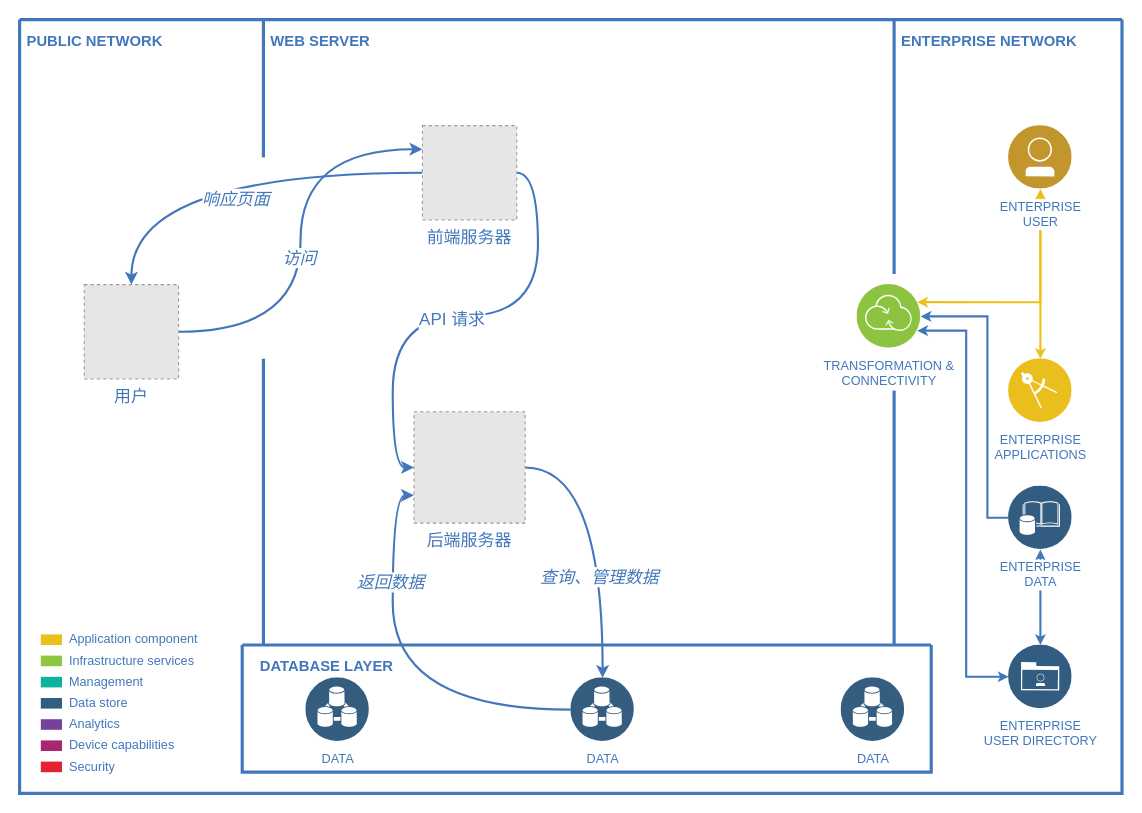
msqtt/Sources keeps this draw.io diagram as map/arch.drawio. Above is the earlier version. Source tidied: cells renumbered, new cells numbered last; positions are measured from the earlier drawing's top-left corner, leaving out a move shared by most shapes. Both pictures are drawn from the tidied source at 106%, with x=0, y=0 at pixel (19, 19). Pictures stored in the file or linked from it are replaced by grey dashed boxes.
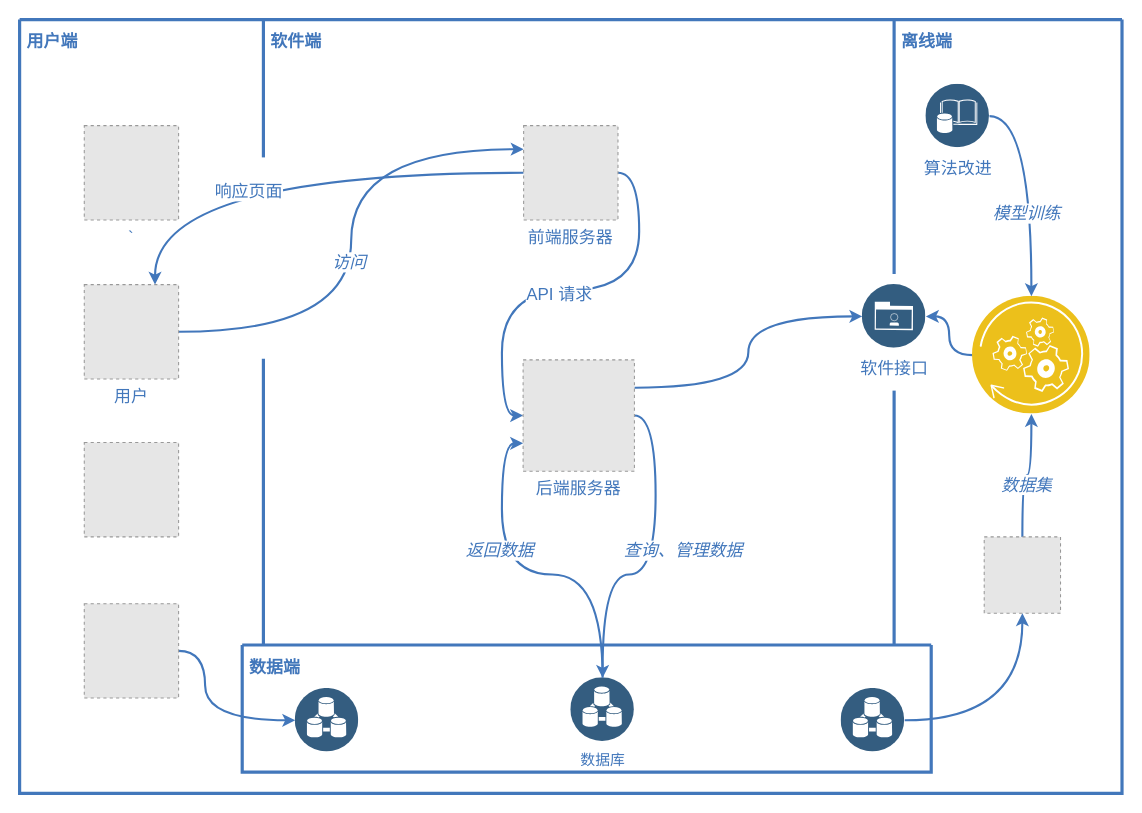
The same page after the edit.

Unchanged cells that the change refers to:
```xml
<mxCell id="2" style="swimlane;shadow=0;strokeColor=#4277BB;fillColor=#ffffff;fontColor=none;align=right;startSize=0;noLabel=1;strokeWidth=3;" parent="1" vertex="1">
  <mxGeometry width="1040" height="730" as="geometry" />
</mxCell>
<mxCell id="13" style="swimlane;shadow=0;labelBackgroundColor=#007FFF;strokeColor=#4277BB;fillColor=none;gradientColor=none;fontColor=#000000;align=right;startSize=0;strokeWidth=3;" parent="2" vertex="1">
  <mxGeometry x="210" y="590" width="650" height="120" as="geometry" />
</mxCell>
<mxCell id="34" value="用户" style="fillColor=#E6E6E6;strokeColor=#999999;dashed=1;verticalLabelPosition=bottom;verticalAlign=top;fontSize=16;fontColor=#4277bb;" parent="2" vertex="1">
  <mxGeometry x="61" y="250" width="89" height="89" as="geometry" />
</mxCell>
<mxCell id="43" style="edgeStyle=orthogonalEdgeStyle;curved=1;rounded=0;jettySize=auto;html=1;entryX=0;entryY=0.75;entryDx=0;entryDy=0;strokeColor=#4277bb;strokeWidth=2;fontSize=16;fontColor=#4277bb;" parent="2" edge="1" source="14" target="42">
  <mxGeometry relative="1" as="geometry" />
</mxCell>
```

What changed in the source:
```diff
@@
-    <mxCell id="3" style="edgeStyle=orthogonalEdgeStyle;rounded=0;html=1;labelBackgroundColor=#ffffff;jettySize=auto;strokeColor=#EDC11C;fontColor=#000000;startArrow=classic;strokeWidth=2;endSize=4;startSize=4;" parent="2" edge="1" source="9" target="10">
-      <mxGeometry relative="1" as="geometry" />
-    </mxCell>
-    <mxCell id="4" style="edgeStyle=orthogonalEdgeStyle;rounded=0;html=1;entryX=1;entryY=0.25;labelBackgroundColor=#ffffff;jettySize=auto;strokeColor=#EDC11C;fontColor=#000000;startArrow=classic;strokeWidth=2;endSize=4;startSize=4;" parent="2" edge="1" source="9" target="8">
-      <mxGeometry relative="1" as="geometry">
-        <Array as="points">
-          <mxPoint x="963" y="267" />
-        </Array>
-      </mxGeometry>
-    </mxCell>
-    <mxCell id="5" style="edgeStyle=orthogonalEdgeStyle;rounded=0;html=1;entryX=1;entryY=0.5;labelBackgroundColor=#ffffff;jettySize=auto;strokeColor=#4277BB;fontColor=#000000;strokeWidth=2;endSize=4;startSize=4;" parent="2" edge="1" source="11" target="8">
-      <mxGeometry relative="1" as="geometry">
-        <Array as="points">
-          <mxPoint x="913" y="470" />
-          <mxPoint x="913" y="280" />
-        </Array>
-      </mxGeometry>
-    </mxCell>
-    <mxCell id="6" style="edgeStyle=orthogonalEdgeStyle;rounded=0;html=1;labelBackgroundColor=#ffffff;jettySize=auto;strokeColor=#4277BB;fontColor=#000000;strokeWidth=2;endSize=4;startSize=4;startArrow=classic;startFill=1;" parent="2" edge="1" source="11" target="12">
-      <mxGeometry relative="1" as="geometry" />
-    </mxCell>
-    <mxCell id="7" style="edgeStyle=orthogonalEdgeStyle;rounded=0;html=1;entryX=1;entryY=0.75;labelBackgroundColor=#ffffff;jettySize=auto;strokeColor=#4277BB;fontColor=#000000;strokeWidth=2;endSize=4;startSize=4;startArrow=classic;startFill=1;" parent="2" edge="1" source="12" target="8">
-      <mxGeometry relative="1" as="geometry">
-        <Array as="points">
-          <mxPoint x="893" y="620" />
-          <mxPoint x="893" y="293" />
-        </Array>
-      </mxGeometry>
-    </mxCell>
-    <mxCell id="8" value="TRANSFORMATION &amp;amp;&lt;div&gt;CONNECTIVITY&lt;/div&gt;" style="perimeter=ellipsePerimeter;html=1;align=center;shadow=0;dashed=0;image;image=img/lib/ibm/infrastructure/transformation_connectivity.svg;strokeColor=#FF0000;fillColor=#FFFF66;gradientColor=none;fontColor=#4277BB;labelBackgroundColor=#ffffff;spacingTop=3;" parent="2" vertex="1">
-      <mxGeometry x="790" y="250" width="60" height="60" as="geometry" />
-    </mxCell>
-    <mxCell id="9" value="ENTERPRISE&lt;div&gt;USER&lt;/div&gt;" style="perimeter=ellipsePerimeter;html=1;align=center;shadow=0;dashed=0;image;image=img/lib/ibm/users/user.svg;strokeColor=#FF0000;fillColor=#FFFF66;gradientColor=none;fontColor=#4277BB;labelBackgroundColor=#ffffff;spacingTop=3;" parent="2" vertex="1">
-      <mxGeometry x="933" y="100" width="60" height="60" as="geometry" />
-    </mxCell>
-    <mxCell id="10" value="ENTERPRISE&lt;div&gt;APPLICATIONS&lt;/div&gt;" style="perimeter=ellipsePerimeter;html=1;align=center;shadow=0;dashed=0;image;image=img/lib/ibm/applications/enterprise_applications.svg;strokeColor=#FF0000;fillColor=#FFFF66;gradientColor=none;fontColor=#4277BB;labelBackgroundColor=#ffffff;spacingTop=3;" parent="2" vertex="1">
-      <mxGeometry x="933" y="320" width="60" height="60" as="geometry" />
-    </mxCell>
-    <mxCell id="11" value="ENTERPRISE&lt;div&gt;DATA&lt;/div&gt;" style="perimeter=ellipsePerimeter;html=1;align=center;shadow=0;dashed=0;image;image=img/lib/ibm/data/enterprise_data.svg;strokeColor=#FF0000;fillColor=#FFFF66;gradientColor=none;fontColor=#4277BB;labelBackgroundColor=#ffffff;spacingTop=3;" parent="2" vertex="1">
-      <mxGeometry x="933" y="440" width="60" height="60" as="geometry" />
+    <mxCell id="11" value="&lt;font style=&quot;font-size: 16px;&quot;&gt;算法改进&lt;/font&gt;" style="perimeter=ellipsePerimeter;html=1;align=center;shadow=0;dashed=0;image;image=img/lib/ibm/data/enterprise_data.svg;strokeColor=#FF0000;fillColor=#FFFF66;gradientColor=none;fontColor=#4277BB;labelBackgroundColor=#ffffff;spacingTop=3;" parent="2" vertex="1">
+      <mxGeometry x="855" y="61" width="60" height="60" as="geometry" />
     </mxCell>
-    <mxCell id="12" value="ENTERPRISE&lt;div&gt;USER DIRECTORY&lt;/div&gt;" style="perimeter=ellipsePerimeter;html=1;align=center;shadow=0;dashed=0;image;image=img/lib/ibm/data/enterprise_user_directory.svg;strokeColor=#FF0000;fillColor=#FFFF66;gradientColor=none;fontColor=#4277BB;labelBackgroundColor=#ffffff;spacingTop=3;" parent="2" vertex="1">
-      <mxGeometry x="933" y="590" width="60" height="60" as="geometry" />
+    <mxCell id="12" value="&lt;font style=&quot;font-size: 16px;&quot;&gt;软件接口&lt;/font&gt;" style="perimeter=ellipsePerimeter;html=1;align=center;shadow=0;dashed=0;image;image=img/lib/ibm/data/enterprise_user_directory.svg;strokeColor=#FF0000;fillColor=#FFFF66;gradientColor=none;fontColor=#4277BB;labelBackgroundColor=#ffffff;spacingTop=3;" parent="2" vertex="1">
+      <mxGeometry x="795" y="250" width="60" height="60" as="geometry" />
     </mxCell>
@@
-    <mxCell id="14" value="DATA" style="perimeter=ellipsePerimeter;html=1;align=center;shadow=0;dashed=0;image;image=img/lib/ibm/data/device_registry.svg;strokeColor=#FF0000;fillColor=#FFFF66;gradientColor=none;fontColor=#4277BB;labelBackgroundColor=#ffffff;spacingTop=3;" parent="13" vertex="1">
+    <mxCell id="14" value="&lt;div style=&quot;font-size: 13px;&quot;&gt;&lt;font style=&quot;font-size: 14px;&quot;&gt;数据库&lt;/font&gt;&lt;/div&gt;" style="perimeter=ellipsePerimeter;html=1;align=center;shadow=0;dashed=0;image;image=img/lib/ibm/data/device_registry.svg;strokeColor=#FF0000;fillColor=#FFFF66;gradientColor=none;fontColor=#4277BB;labelBackgroundColor=#ffffff;spacingTop=3;" parent="13" vertex="1">
       <mxGeometry x="310" y="31" width="60" height="60" as="geometry" />
     </mxCell>
-    <mxCell id="15" value="DATABASE LAYER" style="text;html=1;align=left;verticalAlign=middle;fontColor=#4277BB;shadow=0;dashed=0;strokeColor=none;fillColor=none;labelBackgroundColor=none;fontStyle=1;fontSize=14;spacingLeft=0;" parent="13" vertex="1">
-      <mxGeometry x="15" y="10" width="150" height="20" as="geometry" />
+    <mxCell id="15" value="数据端" style="text;html=1;align=left;verticalAlign=middle;fontColor=#4277BB;shadow=0;dashed=0;strokeColor=none;fillColor=none;labelBackgroundColor=none;fontStyle=1;fontSize=16;spacingLeft=0;" parent="13" vertex="1">
+      <mxGeometry x="5" y="11" width="150" height="20" as="geometry" />
     </mxCell>
-    <mxCell id="16" value="DATA" style="perimeter=ellipsePerimeter;html=1;align=center;shadow=0;dashed=0;image;image=img/lib/ibm/data/device_registry.svg;strokeColor=#FF0000;fillColor=#FFFF66;gradientColor=none;fontColor=#4277BB;labelBackgroundColor=#ffffff;spacingTop=3;" parent="13" vertex="1">
-      <mxGeometry x="565" y="31" width="60" height="60" as="geometry" />
+    <mxCell id="16" style="perimeter=ellipsePerimeter;html=1;align=center;shadow=0;dashed=0;image;image=img/lib/ibm/data/device_registry.svg;strokeColor=#FF0000;fillColor=#FFFF66;gradientColor=none;fontColor=#4277BB;labelBackgroundColor=#ffffff;spacingTop=3;" parent="13" vertex="1">
+      <mxGeometry x="565" y="41" width="60" height="60" as="geometry" />
     </mxCell>
-    <mxCell id="17" value="DATA" style="perimeter=ellipsePerimeter;html=1;align=center;shadow=0;dashed=0;image;image=img/lib/ibm/data/device_registry.svg;strokeColor=#FF0000;fillColor=#FFFF66;gradientColor=none;fontColor=#4277BB;labelBackgroundColor=#ffffff;spacingTop=3;" parent="13" vertex="1">
-      <mxGeometry x="60" y="31" width="60" height="60" as="geometry" />
+    <mxCell id="17" style="perimeter=ellipsePerimeter;html=1;align=center;shadow=0;dashed=0;image;image=img/lib/ibm/data/device_registry.svg;strokeColor=#FF0000;fillColor=#FFFF66;gradientColor=none;fontColor=#4277BB;labelBackgroundColor=#ffffff;spacingTop=3;" parent="13" vertex="1">
+      <mxGeometry x="50" y="41" width="60" height="60" as="geometry" />
     </mxCell>
-    <mxCell id="18" value="PUBLIC NETWORK" style="text;html=1;align=left;verticalAlign=middle;fontColor=#4277BB;shadow=0;dashed=0;strokeColor=none;fillColor=none;labelBackgroundColor=none;fontStyle=1;fontSize=14;spacingLeft=5;" parent="2" vertex="1">
+    <mxCell id="18" value="用户端" style="text;html=1;align=left;verticalAlign=middle;fontColor=#4277BB;shadow=0;dashed=0;strokeColor=none;fillColor=none;labelBackgroundColor=none;fontStyle=1;fontSize=16;spacingLeft=5;" parent="2" vertex="1">
       <mxGeometry y="10" width="150" height="20" as="geometry" />
     </mxCell>
@@
-    <mxCell id="23" value="WEB SERVER" style="text;html=1;align=left;verticalAlign=middle;fontColor=#4277BB;shadow=0;dashed=0;strokeColor=none;fillColor=none;labelBackgroundColor=none;fontStyle=1;fontSize=14;spacingLeft=5;" parent="2" vertex="1">
+    <mxCell id="23" value="软件端" style="text;html=1;align=left;verticalAlign=middle;fontColor=#4277BB;shadow=0;dashed=0;strokeColor=none;fillColor=none;labelBackgroundColor=none;fontStyle=1;fontSize=16;spacingLeft=5;" parent="2" vertex="1">
       <mxGeometry x="230" y="10" width="150" height="20" as="geometry" />
     </mxCell>
-    <mxCell id="24" value="ENTERPRISE NETWORK" style="text;html=1;align=left;verticalAlign=middle;fontColor=#4277BB;shadow=0;dashed=0;strokeColor=none;fillColor=none;labelBackgroundColor=none;fontStyle=1;fontSize=14;spacingLeft=5;" parent="2" vertex="1">
+    <mxCell id="24" value="离线端" style="text;html=1;align=left;verticalAlign=middle;fontColor=#4277BB;shadow=0;dashed=0;strokeColor=none;fillColor=none;labelBackgroundColor=none;fontStyle=1;fontSize=16;spacingLeft=5;" parent="2" vertex="1">
       <mxGeometry x="825" y="10" width="185" height="20" as="geometry" />
     </mxCell>
-    <mxCell id="25" value="Application component" style="rounded=0;html=1;shadow=0;labelBackgroundColor=none;strokeColor=none;strokeWidth=2;fillColor=#EBC01A;gradientColor=none;fontSize=12;fontColor=#4277BB;align=left;labelPosition=right;verticalLabelPosition=middle;verticalAlign=middle;spacingLeft=5;" parent="2" vertex="1">
-      <mxGeometry x="20" y="580" width="20" height="10" as="geometry" />
-    </mxCell>
-    <mxCell id="26" value="Infrastructure services" style="rounded=0;html=1;shadow=0;labelBackgroundColor=none;strokeColor=none;strokeWidth=2;fillColor=#8DC642;gradientColor=none;fontSize=12;fontColor=#4277BB;align=left;labelPosition=right;verticalLabelPosition=middle;verticalAlign=middle;spacingLeft=5;" parent="2" vertex="1">
-      <mxGeometry x="20" y="600" width="20" height="10" as="geometry" />
-    </mxCell>
-    <mxCell id="27" value="Management" style="rounded=0;html=1;shadow=0;labelBackgroundColor=none;strokeColor=none;strokeWidth=2;fillColor=#0DB39D;gradientColor=none;fontSize=12;fontColor=#4277BB;align=left;labelPosition=right;verticalLabelPosition=middle;verticalAlign=middle;spacingLeft=5;" parent="2" vertex="1">
-      <mxGeometry x="20" y="620" width="20" height="10" as="geometry" />
-    </mxCell>
-    <mxCell id="28" value="Data store" style="rounded=0;html=1;shadow=0;labelBackgroundColor=none;strokeColor=none;strokeWidth=2;fillColor=#335D81;gradientColor=none;fontSize=12;fontColor=#4277BB;align=left;labelPosition=right;verticalLabelPosition=middle;verticalAlign=middle;spacingLeft=5;" parent="2" vertex="1">
-      <mxGeometry x="20" y="640" width="20" height="10" as="geometry" />
-    </mxCell>
-    <mxCell id="29" value="Analytics" style="rounded=0;html=1;shadow=0;labelBackgroundColor=none;strokeColor=none;strokeWidth=2;fillColor=#744399;gradientColor=none;fontSize=12;fontColor=#4277BB;align=left;labelPosition=right;verticalLabelPosition=middle;verticalAlign=middle;spacingLeft=5;" parent="2" vertex="1">
-      <mxGeometry x="20" y="660" width="20" height="10" as="geometry" />
-    </mxCell>
-    <mxCell id="30" value="Device capabilities" style="rounded=0;html=1;shadow=0;labelBackgroundColor=none;strokeColor=none;strokeWidth=2;fillColor=#A72870;gradientColor=none;fontSize=12;fontColor=#4277BB;align=left;labelPosition=right;verticalLabelPosition=middle;verticalAlign=middle;spacingLeft=5;" parent="2" vertex="1">
-      <mxGeometry x="20" y="680" width="20" height="10" as="geometry" />
-    </mxCell>
-    <mxCell id="31" value="Security" style="rounded=0;html=1;shadow=0;labelBackgroundColor=none;strokeColor=none;strokeWidth=2;fillColor=#E52134;gradientColor=none;fontSize=12;fontColor=#4277BB;align=left;labelPosition=right;verticalLabelPosition=middle;verticalAlign=middle;spacingLeft=5;" parent="2" vertex="1">
-      <mxGeometry x="20" y="700" width="20" height="10" as="geometry" />
-    </mxCell>
@@
-    <mxCell id="37" style="edgeStyle=orthogonalEdgeStyle;curved=1;rounded=0;jettySize=auto;html=1;entryX=0.5;entryY=0;entryDx=0;entryDy=0;strokeColor=#4277bb;strokeWidth=2;fontSize=16;fontColor=#4277bb;" parent="2" edge="1" source="39" target="34">
+    <mxCell id="37" style="edgeStyle=orthogonalEdgeStyle;curved=1;rounded=0;jettySize=auto;html=1;entryX=0.75;entryY=0;entryDx=0;entryDy=0;strokeColor=#4277bb;strokeWidth=2;fontSize=16;fontColor=#4277bb;" parent="2" edge="1" source="39" target="34">
       <mxGeometry relative="1" as="geometry" />
     </mxCell>
-    <mxCell id="38" value="&lt;i&gt;响应页面&lt;/i&gt;" style="edgeLabel;html=1;align=center;verticalAlign=middle;fontSize=16;fontColor=#4277bb;" parent="37" vertex="1">
-      <mxGeometry x="-0.07" y="24" relative="1" as="geometry" />
+    <mxCell id="38" value="响应页面" style="edgeLabel;html=1;align=center;verticalAlign=middle;fontSize=16;fontColor=#4277bb;" parent="37" vertex="1">
+      <mxGeometry x="-0.05" y="16" relative="1" as="geometry">
+        <mxPoint x="-45" y="1" as="offset" />
+      </mxGeometry>
     </mxCell>
     <mxCell id="39" value="前端服务器" style="fillColor=#E6E6E6;strokeColor=#999999;dashed=1;verticalLabelPosition=bottom;verticalAlign=top;fontColor=#4277bb;fontSize=16;fontStyle=0;" parent="2" vertex="1">
-      <mxGeometry x="380" y="100" width="89" height="89" as="geometry" />
+      <mxGeometry x="475.5" y="100" width="89" height="89" as="geometry" />
     </mxCell>
-    <mxCell id="40" style="edgeStyle=orthogonalEdgeStyle;curved=1;rounded=0;jettySize=auto;html=1;entryX=0.5;entryY=0;entryDx=0;entryDy=0;strokeColor=#4277bb;strokeWidth=2;fontSize=16;fontColor=#4277bb;" parent="2" edge="1" source="42" target="14">
+    <mxCell id="40" style="edgeStyle=orthogonalEdgeStyle;curved=1;rounded=0;jettySize=auto;html=1;entryX=0.5;entryY=0;entryDx=0;entryDy=0;strokeColor=#4277bb;strokeWidth=2;fontSize=16;fontColor=#4277bb;exitX=1;exitY=0.5;exitDx=0;exitDy=0;" parent="2" edge="1" source="42" target="14">
       <mxGeometry relative="1" as="geometry" />
     </mxCell>
     <mxCell id="41" value="&lt;i&gt;查询、管理数据&lt;/i&gt;" style="edgeLabel;html=1;align=center;verticalAlign=middle;fontSize=16;fontColor=#4277bb;" parent="40" vertex="1">
       <mxGeometry x="0.03" y="-9" relative="1" as="geometry">
-        <mxPoint x="5" y="36" as="offset" />
+        <mxPoint x="34" y="-17" as="offset" />
       </mxGeometry>
     </mxCell>
+    <mxCell id="45" style="edgeStyle=orthogonalEdgeStyle;curved=1;rounded=0;jettySize=auto;html=1;exitX=1;exitY=0.25;exitDx=0;exitDy=0;entryX=0;entryY=0.5;entryDx=0;entryDy=0;strokeColor=#4277bb;strokeWidth=2;fontSize=16;fontColor=#4277bb;" parent="2" edge="1" source="42" target="12">
+      <mxGeometry relative="1" as="geometry" />
+    </mxCell>
     <mxCell id="42" value="后端服务器" style="fillColor=#E6E6E6;strokeColor=#999999;dashed=1;verticalLabelPosition=bottom;verticalAlign=top;fontSize=16;fontColor=#4277bb;" parent="2" vertex="1">
-      <mxGeometry x="372" y="370" width="105" height="105" as="geometry" />
+      <mxGeometry x="475" y="321" width="105" height="105" as="geometry" />
     </mxCell>
@@
     <mxCell id="44" value="&lt;i&gt;返回数据&lt;br&gt;&lt;/i&gt;" style="edgeLabel;html=1;align=center;verticalAlign=middle;fontSize=16;fontColor=#4277bb;" parent="43" vertex="1">
-      <mxGeometry x="0.48" y="3" relative="1" as="geometry" />
+      <mxGeometry x="0.48" y="3" relative="1" as="geometry">
+        <mxPoint y="33" as="offset" />
+      </mxGeometry>
     </mxCell>
+    <mxCell id="46" style="edgeStyle=orthogonalEdgeStyle;curved=1;rounded=0;jettySize=auto;html=1;entryX=0.5;entryY=1;entryDx=0;entryDy=0;strokeColor=#4277bb;strokeWidth=2;fontSize=16;fontColor=#4277bb;" parent="2" edge="1" source="48" target="50">
+      <mxGeometry relative="1" as="geometry" />
+    </mxCell>
+    <mxCell id="47" value="&lt;i&gt;数据集&lt;br&gt;&lt;/i&gt;" style="edgeLabel;html=1;align=center;verticalAlign=middle;fontSize=16;fontColor=#4277bb;" parent="46" vertex="1">
+      <mxGeometry x="-0.19" y="-2" relative="1" as="geometry">
+        <mxPoint x="1" as="offset" />
+      </mxGeometry>
+    </mxCell>
+    <mxCell id="48" style="fillColor=#E6E6E6;strokeColor=#999999;dashed=1;verticalLabelPosition=bottom;verticalAlign=top;fontSize=16;fontColor=#4277bb;" parent="2" vertex="1">
+      <mxGeometry x="910" y="488" width="72" height="72" as="geometry" />
+    </mxCell>
+    <mxCell id="49" style="edgeStyle=orthogonalEdgeStyle;curved=1;rounded=0;jettySize=auto;html=1;entryX=1;entryY=0.5;entryDx=0;entryDy=0;strokeColor=#4277bb;strokeWidth=2;fontSize=16;fontColor=#4277bb;" parent="2" edge="1" source="50" target="12">
+      <mxGeometry relative="1" as="geometry" />
+    </mxCell>
+    <mxCell id="50" style="perimeter=ellipsePerimeter;html=1;align=center;shadow=0;dashed=0;fontColor=#4277BB;labelBackgroundColor=#ffffff;fontSize=12;spacingTop=3;image;image=img/lib/ibm/applications/api_polyglot_runtimes.svg;" parent="2" vertex="1">
+      <mxGeometry x="899" y="261" width="111" height="111" as="geometry" />
+    </mxCell>
+    <mxCell id="51" style="fillColor=#E6E6E6;strokeColor=#999999;dashed=1;verticalLabelPosition=bottom;verticalAlign=top;fontSize=16;fontColor=#4277bb;" parent="2" vertex="1">
+      <mxGeometry x="61" y="399" width="89" height="89" as="geometry" />
+    </mxCell>
+    <mxCell id="52" style="edgeStyle=orthogonalEdgeStyle;curved=1;rounded=0;jettySize=auto;html=1;entryX=0;entryY=0.5;entryDx=0;entryDy=0;strokeColor=#4277bb;strokeWidth=2;fontSize=16;fontColor=#4277bb;" parent="2" edge="1" source="53" target="17">
+      <mxGeometry relative="1" as="geometry">
+        <Array as="points">
+          <mxPoint x="175" y="596" />
+          <mxPoint x="175" y="661" />
+        </Array>
+      </mxGeometry>
+    </mxCell>
+    <mxCell id="53" style="fillColor=#E6E6E6;strokeColor=#999999;dashed=1;verticalLabelPosition=bottom;verticalAlign=top;fontSize=16;fontColor=#4277bb;" parent="2" vertex="1">
+      <mxGeometry x="61" y="551" width="89" height="89" as="geometry" />
+    </mxCell>
+    <mxCell id="54" value="`" style="fillColor=#E6E6E6;strokeColor=#999999;dashed=1;verticalLabelPosition=bottom;verticalAlign=top;fontSize=16;fontColor=#4277bb;" parent="2" vertex="1">
+      <mxGeometry x="61" y="100" width="89" height="89" as="geometry" />
+    </mxCell>
+    <mxCell id="55" style="edgeStyle=orthogonalEdgeStyle;curved=1;rounded=0;jettySize=auto;html=1;entryX=0.5;entryY=0;entryDx=0;entryDy=0;strokeColor=#4277bb;strokeWidth=2;fontSize=16;fontColor=#4277bb;exitX=1;exitY=0.5;exitDx=0;exitDy=0;" parent="2" edge="1" source="11" target="50">
+      <mxGeometry relative="1" as="geometry" />
+    </mxCell>
+    <mxCell id="56" value="&lt;i&gt;模型训练&lt;/i&gt;" style="edgeLabel;html=1;align=center;verticalAlign=middle;fontSize=16;fontColor=#4277bb;" parent="55" vertex="1">
+      <mxGeometry x="0.02" y="-4" relative="1" as="geometry">
+        <mxPoint x="-1" y="24" as="offset" />
+      </mxGeometry>
+    </mxCell>
+    <mxCell id="57" style="edgeStyle=orthogonalEdgeStyle;curved=1;rounded=0;jettySize=auto;html=1;entryX=0.5;entryY=1;entryDx=0;entryDy=0;strokeColor=#4277bb;strokeWidth=2;fontSize=16;fontColor=#4277bb;" parent="2" edge="1" source="16" target="48">
+      <mxGeometry relative="1" as="geometry" />
+    </mxCell>
```
